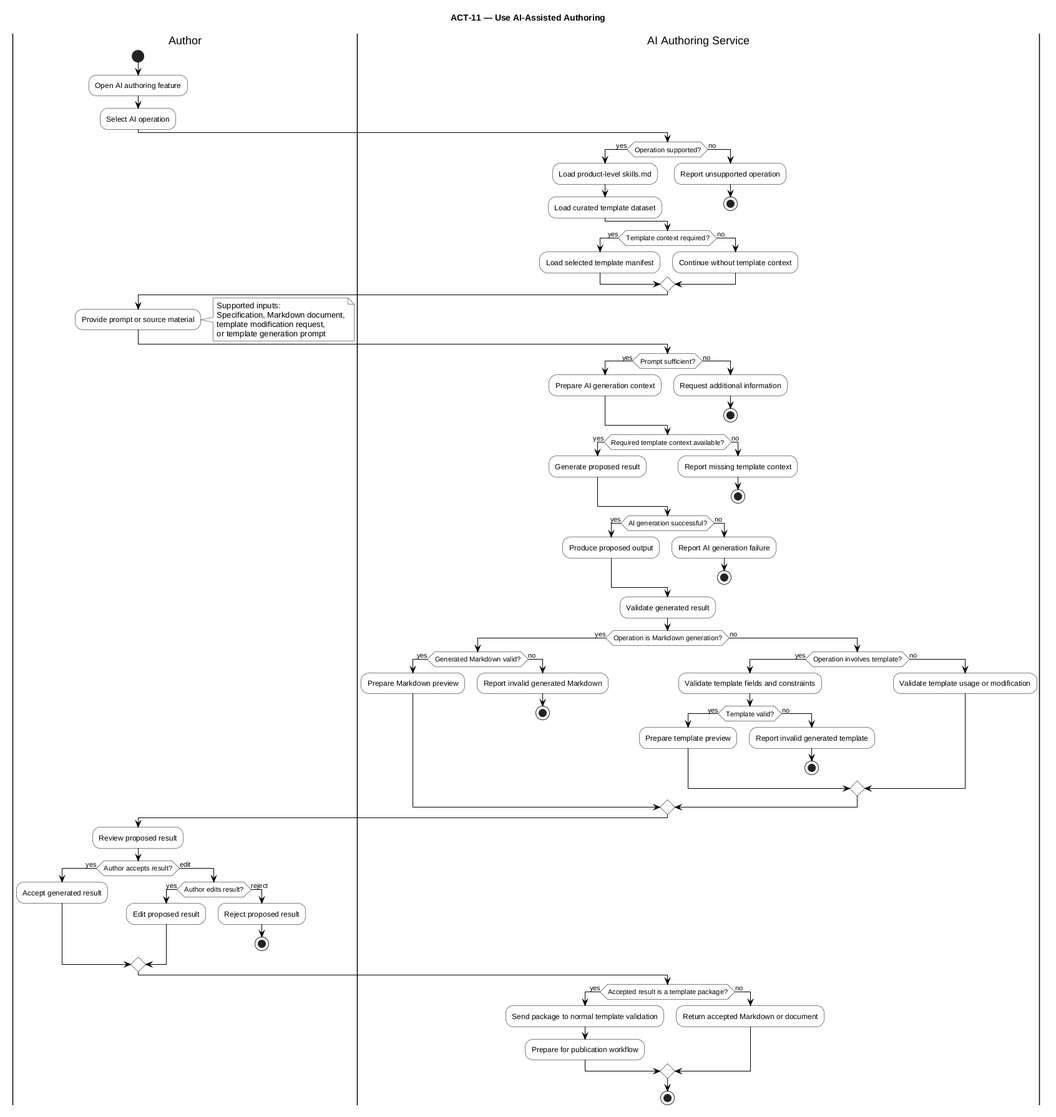
This is Figures/activity/11-ai-authoring.png from Litho-MD/uet-fyp-docs, a PlantUML export, as it was before one commit. The source it was exported from:
```plantuml
@startuml
title ACT-11 — Use AI-Assisted Authoring

skinparam monochrome true
skinparam backgroundColor white
skinparam shadowing false
skinparam activity {
    BackgroundColor white
    BorderColor black
    FontColor black
    DiamondBackgroundColor white
    DiamondBorderColor black
}
skinparam ArrowColor black
skinparam defaultFontColor black

|Author|
start
:Open AI authoring feature;
:Select AI operation;

|AI Authoring Service|
if (Operation supported?) then (yes)
    :Load product-level skills.md;
    :Load curated template dataset;
else (no)
    :Report unsupported operation;
    stop
endif

if (Template context required?) then (yes)
    :Load selected template manifest;
else (no)
    :Continue without template context;
endif

|Author|
:Provide prompt or source material;
note right
    Supported inputs:
    Specification, Markdown document,
    template modification request,
    or template generation prompt
end note

|AI Authoring Service|
if (Prompt sufficient?) then (yes)
    :Prepare AI generation context;
else (no)
    :Request additional information;
    stop
endif

if (Required template context available?) then (yes)
    :Generate proposed result;
else (no)
    :Report missing template context;
    stop
endif

if (AI generation successful?) then (yes)
    :Produce proposed output;
else (no)
    :Report AI generation failure;
    stop
endif

:Validate generated result;
if (Operation is Markdown generation?) then (yes)
    if (Generated Markdown valid?) then (yes)
        :Prepare Markdown preview;
    else (no)
        :Report invalid generated Markdown;
        stop
    endif
else (no)
    if (Operation involves template?) then (yes)
        :Validate template fields and constraints;
        if (Template valid?) then (yes)
            :Prepare template preview;
        else (no)
            :Report invalid generated template;
            stop
        endif
    else (no)
        :Validate template usage or modification;
    endif
endif

|Author|
:Review proposed result;
if (Author accepts result?) then (yes)
    :Accept generated result;
else (edit)
    if (Author edits result?) then (yes)
        :Edit proposed result;
    else (reject)
        :Reject proposed result;
        stop
    endif
endif

|AI Authoring Service|
if (Accepted result is a template package?) then (yes)
    :Send package to normal template validation;
    :Prepare for publication workflow;
else (no)
    :Return accepted Markdown or document;
endif

stop
@enduml
```
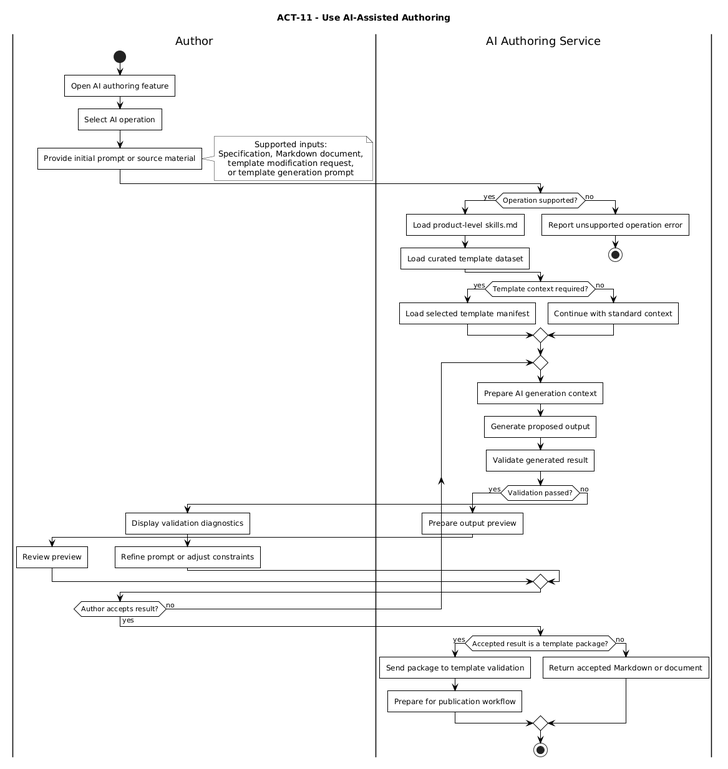
Later version of the same file.

Change to the diagram source:
```diff
@@ -1,9 +1,14 @@
 @startuml
-title ACT-11 — Use AI-Assisted Authoring
+title ACT-11 - Use AI-Assisted Authoring
 
 skinparam monochrome true
 skinparam backgroundColor white
 skinparam shadowing false
+skinparam roundCorner 0
+skinparam defaultTextAlignment center
+skinparam ArrowColor black
+skinparam defaultFontColor black
+skinparam activityBorderThickness 1
 skinparam activity {
     BackgroundColor white
     BorderColor black
@@ -11,31 +16,12 @@
     DiamondBackgroundColor white
     DiamondBorderColor black
 }
-skinparam ArrowColor black
-skinparam defaultFontColor black
 
 |Author|
 start
 :Open AI authoring feature;
 :Select AI operation;
-
-|AI Authoring Service|
-if (Operation supported?) then (yes)
-    :Load product-level skills.md;
-    :Load curated template dataset;
-else (no)
-    :Report unsupported operation;
-    stop
-endif
-
-if (Template context required?) then (yes)
-    :Load selected template manifest;
-else (no)
-    :Continue without template context;
-endif
-
-|Author|
-:Provide prompt or source material;
+:Provide initial prompt or source material;
 note right
     Supported inputs:
     Specification, Markdown document,
@@ -44,65 +30,40 @@
 end note
 
 |AI Authoring Service|
-if (Prompt sufficient?) then (yes)
-    :Prepare AI generation context;
+if (Operation supported?) then (yes)
+    :Load product-level skills.md;
+    :Load curated template dataset;
 else (no)
-    :Request additional information;
+    :Report unsupported operation error;
     stop
 endif
 
-if (Required template context available?) then (yes)
-    :Generate proposed result;
+if (Template context required?) then (yes)
+    :Load selected template manifest;
 else (no)
-    :Report missing template context;
-    stop
+    :Continue with standard context;
 endif
 
-if (AI generation successful?) then (yes)
-    :Produce proposed output;
-else (no)
-    :Report AI generation failure;
-    stop
-endif
+repeat
+    |AI Authoring Service|
+    :Prepare AI generation context;
+    :Generate proposed output;
+    :Validate generated result;
 
-:Validate generated result;
-if (Operation is Markdown generation?) then (yes)
-    if (Generated Markdown valid?) then (yes)
-        :Prepare Markdown preview;
+    if (Validation passed?) then (yes)
+        :Prepare output preview;
+        |Author|
+        :Review preview;
     else (no)
-        :Report invalid generated Markdown;
-        stop
+        :Display validation diagnostics;
+        |Author|
+        :Refine prompt or adjust constraints;
     endif
-else (no)
-    if (Operation involves template?) then (yes)
-        :Validate template fields and constraints;
-        if (Template valid?) then (yes)
-            :Prepare template preview;
-        else (no)
-            :Report invalid generated template;
-            stop
-        endif
-    else (no)
-        :Validate template usage or modification;
-    endif
-endif
-
-|Author|
-:Review proposed result;
-if (Author accepts result?) then (yes)
-    :Accept generated result;
-else (edit)
-    if (Author edits result?) then (yes)
-        :Edit proposed result;
-    else (reject)
-        :Reject proposed result;
-        stop
-    endif
-endif
+repeat while (Author accepts result?) is (no) not (yes)
 
 |AI Authoring Service|
 if (Accepted result is a template package?) then (yes)
-    :Send package to normal template validation;
+    :Send package to template validation;
     :Prepare for publication workflow;
 else (no)
     :Return accepted Markdown or document;
```
